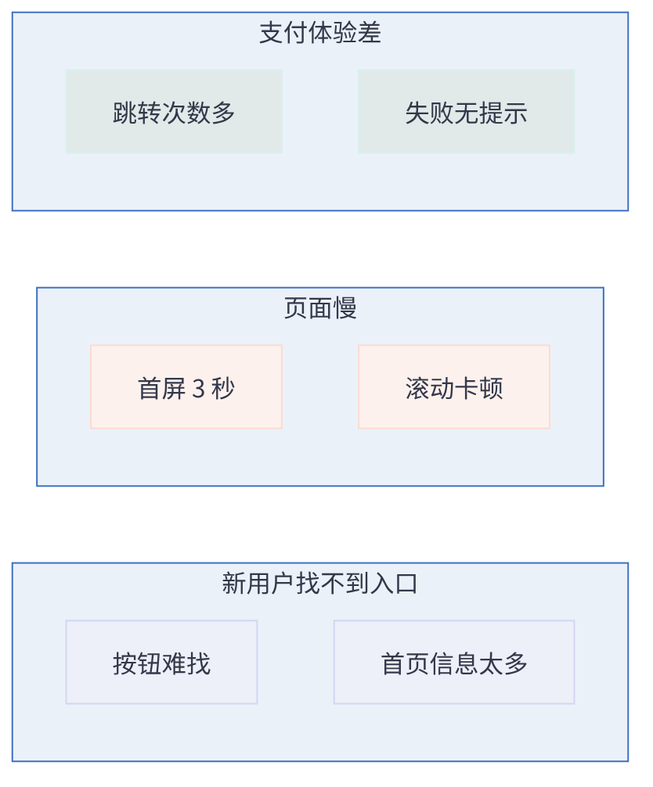
This is docs/assets/affinity.png from huang-hee/diagram-kit, a Mermaid export, as it was before one commit. Its source is kept beside it as docs/assets/affinity.mmd. The source it was exported from:
```mermaid
---
config:
  theme: base
  fontFamily: "PingFang SC, Microsoft YaHei, Noto Sans CJK SC, Source Han Sans SC, sans-serif"
  themeVariables:
    background: "#FFFFFF"
    primaryColor: "#FFFFFF"
    primaryBorderColor: "#3B6FC2"
    primaryTextColor: "#33384A"
    nodeTextColor: "#33384A"
    secondaryColor: "#FBDBD1"
    tertiaryColor: "#EBF1F9"
    lineColor: "#3B6FC2"
    textColor: "#33384A"
    clusterBkg: "#EBF1F9"
    clusterBorder: "#3B6FC2"
    edgeLabelBackground: "#FFFFFF"
    titleColor: "#33384A"
    noteBkgColor: "#FFF6CE"
    noteBorderColor: "#A6A086"
    noteTextColor: "#33384A"
---
flowchart LR
  subgraph G1[新用户找不到入口]
    a1[按钮难找]:::g1
    a2[首页信息太多]:::g1
  end
  subgraph G2[页面慢]
    b1[首屏 3 秒]:::g2
    b2[滚动卡顿]:::g2
  end
  subgraph G3[支付体验差]
    c1[跳转次数多]:::g3
    c2[失败无提示]:::g3
  end
classDef g1 fill:#EDEFF9,stroke:#D2D6F1,color:#33384A
classDef g2 fill:#FDF1ED,stroke:#FBDBD1,color:#33384A
classDef g3 fill:#E1EAE9,stroke:#D8F0ED,color:#33384A
classDef g4 fill:#FBF2E2,stroke:#F6DEB6,color:#33384A
classDef title fill:#3B6FC2,stroke:#3B6FC2,color:#FFFFFF,stroke-width:2px
```
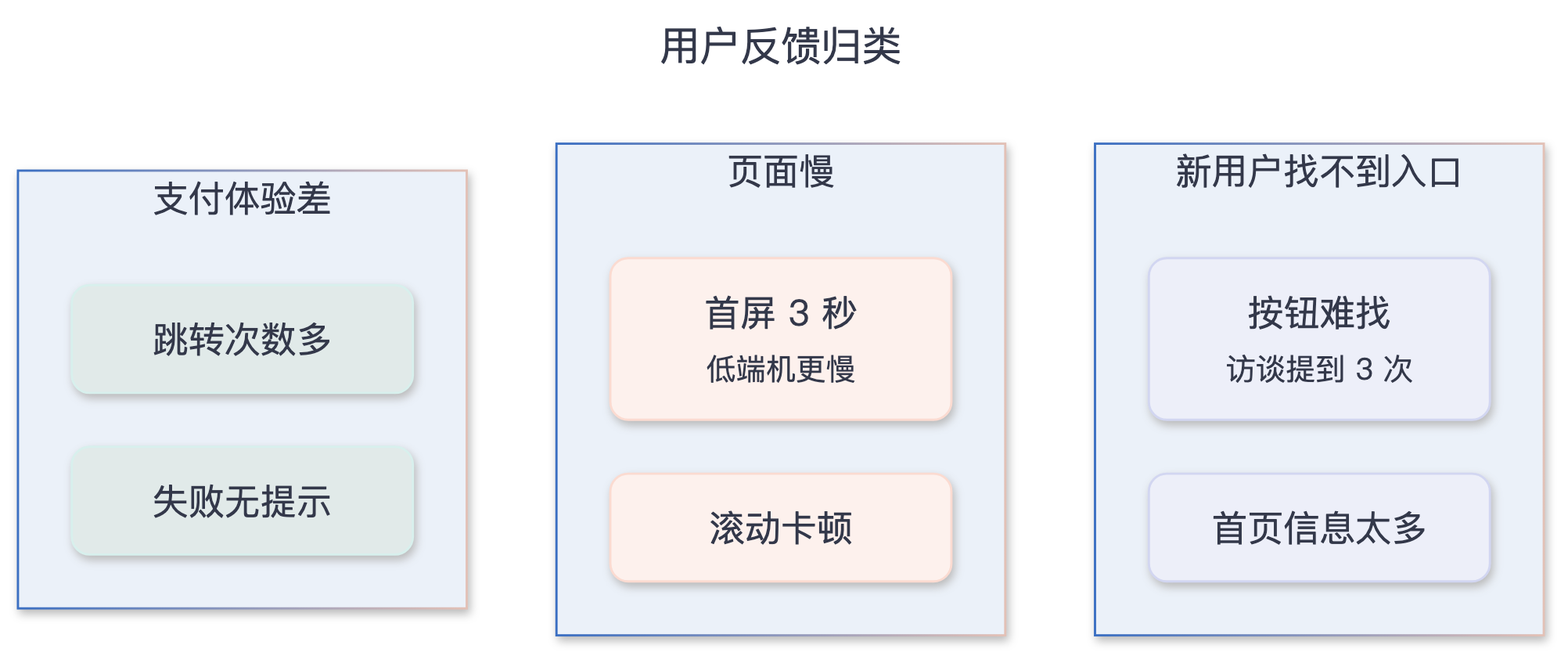
Later version of the same file.

Diff of the diagram source:
```diff
@@ -1,7 +1,14 @@
 ---
+title: "用户反馈归类"
 config:
   theme: base
   fontFamily: "PingFang SC, Microsoft YaHei, Noto Sans CJK SC, Source Han Sans SC, sans-serif"
+  flowchart:
+    curve: "step"
+    nodeSpacing: 50
+    rankSpacing: 60
+    padding: 12
+    wrappingWidth: 300
   themeVariables:
     background: "#FFFFFF"
     primaryColor: "#FFFFFF"
@@ -20,21 +27,19 @@
     noteBorderColor: "#A6A086"
     noteTextColor: "#33384A"
 ---
-flowchart LR
+flowchart TB
   subgraph G1[新用户找不到入口]
-    a1[按钮难找]:::g1
-    a2[首页信息太多]:::g1
+    a1["按钮难找<br><small>访谈提到 3 次</small>"]:::g1 ~~~ a2[首页信息太多]:::g1
   end
   subgraph G2[页面慢]
-    b1[首屏 3 秒]:::g2
-    b2[滚动卡顿]:::g2
+    b1["首屏 3 秒<br><small>低端机更慢</small>"]:::g2 ~~~ b2[滚动卡顿]:::g2
   end
   subgraph G3[支付体验差]
-    c1[跳转次数多]:::g3
-    c2[失败无提示]:::g3
+    c1[跳转次数多]:::g3 ~~~ c2[失败无提示]:::g3
   end
-classDef g1 fill:#EDEFF9,stroke:#D2D6F1,color:#33384A
-classDef g2 fill:#FDF1ED,stroke:#FBDBD1,color:#33384A
-classDef g3 fill:#E1EAE9,stroke:#D8F0ED,color:#33384A
-classDef g4 fill:#FBF2E2,stroke:#F6DEB6,color:#33384A
-classDef title fill:#3B6FC2,stroke:#3B6FC2,color:#FFFFFF,stroke-width:2px
+classDef g1 fill:#EDEFF9,stroke:#D2D6F1,color:#33384A,rx:8,ry:8
+classDef g2 fill:#FDF1ED,stroke:#FBDBD1,color:#33384A,rx:8,ry:8
+classDef g3 fill:#E1EAE9,stroke:#D8F0ED,color:#33384A,rx:8,ry:8
+classDef g4 fill:#FBF2E2,stroke:#F6DEB6,color:#33384A,rx:8,ry:8
+classDef title fill:#3B6FC2,stroke:#3B6FC2,color:#FFFFFF,stroke-width:2px,rx:8,ry:8
+linkStyle default stroke-width:1.5px
```
